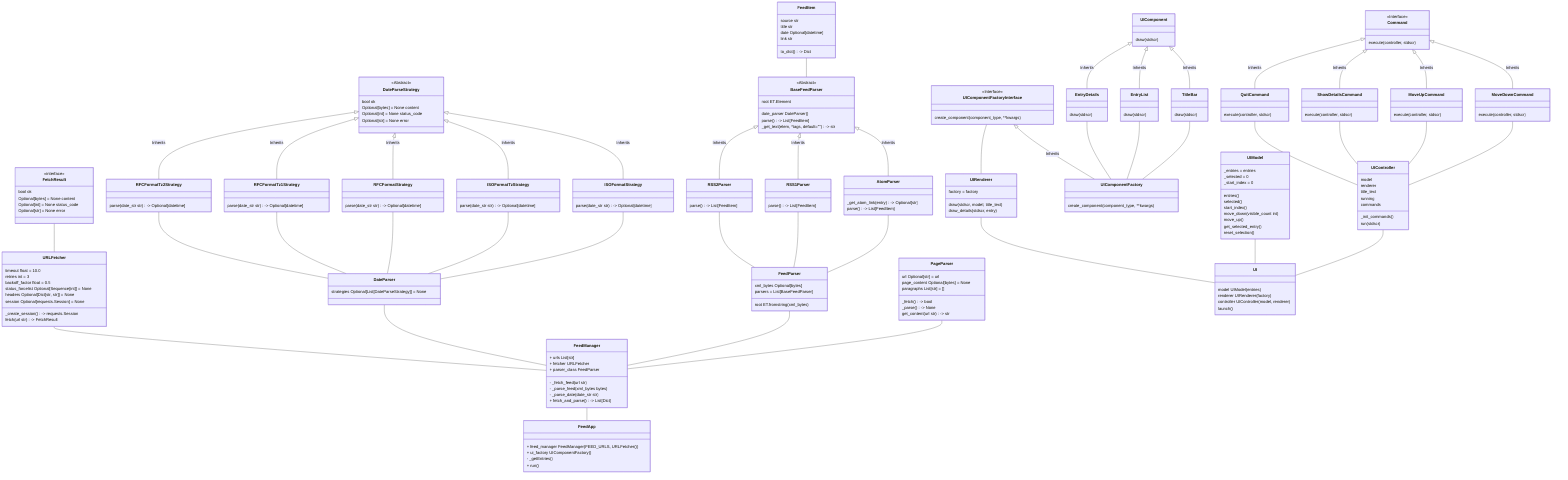
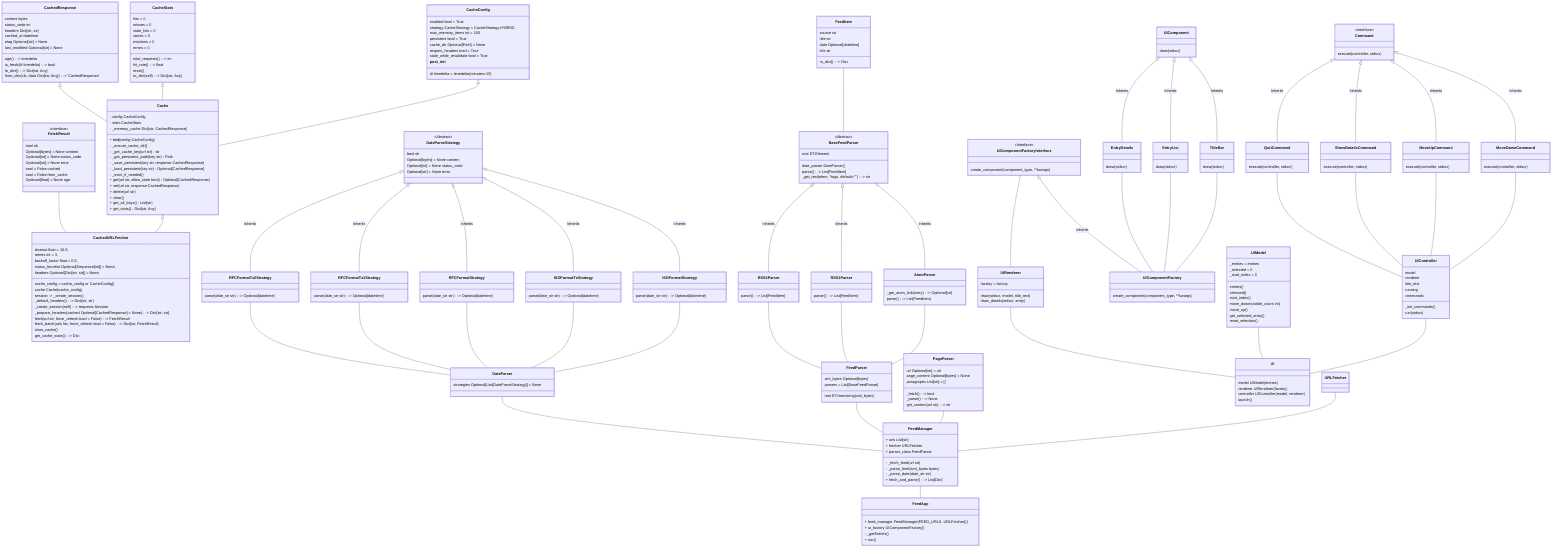
classDiagram
    direction TB
    %% src/app
    class FeedApp
        FeedApp: + feed_manager FeedManager(FEED_URLS, URLFetcher())
        FeedApp: + ui_factory UIComponentFactory()
        FeedApp: - _getEntries()
        FeedApp: + run()
    class FeedManager
        FeedManager: + urls List[str]
        FeedManager: + fetcher URLFetcher
        FeedManager: + parser_class FeedParser
        FeedManager: - _fetch_feed(url str)
        FeedManager: - _parse_feed(xml_bytes bytes)
        FeedManager: - _parse_date(date_str str)
        FeedManager: + fetch_and_parse() -> List[Dict]

    %% src/fetchers
    class FetchResult
        <<interface>> FetchResult
            FetchResult: bool ok
            FetchResult: Optional[bytes] = None content
            FetchResult: Optional[int] = None status_code
            FetchResult: Optional[str] = None error
-     class URLFetcher
-         URLFetcher: timeout float = 10.0
-         URLFetcher: retries int = 3
-         URLFetcher: backoff_factor float = 0.5
-         URLFetcher: status_forcelist Optional[Sequence[int]] = None
-         URLFetcher: headers Optional[Dict[str, str]] = None
-         URLFetcher: session Optional[requests.Session] = None
-         URLFetcher: _create_session() -> requests.Session
-         URLFetcher: fetch(url str) -> FetchResult
+             FetchResult: bool = False cached
+             FetchResult: bool = False from_cache
+             FetchResult: Optional[float] = None age
+     class CachedURLFetcher
+         CachedURLFetcher: timeout float = 10.0,
+         CachedURLFetcher: retries int = 3,
+         CachedURLFetcher: backoff_factor float = 0.5,
+         CachedURLFetcher: status_forcelist Optional[Sequence[int]] = None,
+         CachedURLFetcher: headers Optional[Dict[str, str]] = None,
+         CachedURLFetcher: cache_config = cache_config or CacheConfig()
+         CachedURLFetcher: cache Cache(cache_config)
+         CachedURLFetcher: session -> _create_session()
+         CachedURLFetcher: _default_headers() -> Dict[str, str]
+         CachedURLFetcher: _create_session(self) -> requests.Session
+         CachedURLFetcher: _prepare_headers(cached Optional[CachedResponse] = None) -> Dict[str, str]
+         CachedURLFetcher: fetch(url str, force_refresh bool = False) -> FetchResult
+         CachedURLFetcher: fetch_batch(urls list, force_refresh bool = False) -> Dict[str, FetchResult]
+         CachedURLFetcher: clear_cache()
+         CachedURLFetcher: get_cache_stats() -> Dict
+     class CachedResponse
+         CachedResponse: content bytes
+         CachedResponse: status_code int
+         CachedResponse: headers Dict[str, str]
+         CachedResponse: cached_at datetime
+         CachedResponse: etag Optional[str] = None
+         CachedResponse: last_modified Optional[str] = None
+         CachedResponse: age() -> timedelta
+         CachedResponse: is_fresh(ttl timedelta) -> bool
+         CachedResponse: to_dict() -> Dict[str, Any]
+         CachedResponse: from_dict(cls, data Dict[str, Any]) -> 'CachedResponse'
+     class CacheConfig
+         CacheConfig: enabled bool = True
+         CacheConfig: strategy CacheStrategy = CacheStrategy.HYBRID
+         CacheConfig: ttl timedelta = timedelta(minutes=15)
+         CacheConfig: max_memory_items int = 100
+         CacheConfig: persistent bool = True
+         CacheConfig: cache_dir Optional[Path] = None
+         CacheConfig: respect_headers bool = True
+         CacheConfig: stale_while_revalidate bool = True
+         CacheConfig: __post_init__
+     class CacheStats
+         CacheStats: hits = 0
+         CacheStats: misses = 0
+         CacheStats: stale_hits = 0
+         CacheStats: stores = 0
+         CacheStats: evictions = 0
+         CacheStats: errors = 0
+         CacheStats: total_requests() -> int
+         CacheStats: hit_rate() -> float
+         CacheStats: reset()
+         CacheStats: to_dict(self) -> Dict[str, Any]
+     class Cache
+         Cache: - config CacheConfig
+         Cache: - stats CacheStats
+         Cache: - _memory_cache Dict[str, CachedResponse]
+         Cache: + __init__(config CacheConfig)
+         Cache: - _ensure_cache_dir()
+         Cache: - _get_cache_key(url str) str
+         Cache: - _get_persistent_path(key str) Path
+         Cache: - _save_persistent(key str, response CachedResponse)
+         Cache: - _load_persistent(key str) Optional[CachedResponse]
+         Cache: - _evict_if_needed()
+         Cache: + get(url str, allow_stale bool) Optional[CachedResponse]
+         Cache: + set(url str, response CachedResponse)
+         Cache: + delete(url str)
+         Cache: + clear()
+         Cache: + get_all_keys() List[str]
+         Cache: + get_stats() Dict[str, Any]

    %% src/parsers
    class DateParseStrategy
        <<Abstract>> DateParseStrategy
            DateParseStrategy: bool ok
            DateParseStrategy: Optional[bytes] = None content
            DateParseStrategy: Optional[int] = None status_code
            DateParseStrategy: Optional[str] = None error
    class ISOFormatStrategy
        ISOFormatStrategy: parse(date_str str) -> Optional[datetime]
    class ISOFormatTzStrategy
        ISOFormatTzStrategy: parse(date_str str) -> Optional[datetime]
    class RFCFormatStrategy
        RFCFormatStrategy: parse(date_str str) -> Optional[datetime]
    class RFCFormatTz1Strategy
        RFCFormatTz1Strategy: parse(date_str str) -> Optional[datetime]
    class RFCFormatTz2Strategy
        RFCFormatTz2Strategy: parse(date_str str) -> Optional[datetime]
    class DateParser
        DateParser: strategies Optional[List[DateParseStrategy]] = None

    class FeedItem
        FeedItem: source str
        FeedItem: title str
        FeedItem: date Optional[datetime]
        FeedItem: link str
        FeedItem: to_dict() -> Dict

    class BaseFeedParser
        <<Abstract>> BaseFeedParser
            BaseFeedParser: root ET.Element
            BaseFeedParser: date_parser DateParser()
        BaseFeedParser: parse() -> List[FeedItem]
        BaseFeedParser: _get_text(elem, *tags, default="") -> str
    class AtomParser
        AtomParser: _get_atom_link(entry) -> Optional[str]
        AtomParser: parse() -> List[FeedItem]
    class RSS1Parser
        RSS1Parser: parse() -> List[FeedItem]
    class RSS2Parser
        RSS2Parser: parse() -> List[FeedItem]
    class FeedParser
        FeedParser: xml_bytes Optional[bytes]
        FeedParser: root ET.fromstring(xml_bytes)
        FeedParser: parsers = List[BaseFeedParser]

    class PageParser
        PageParser: url Optional[str] = url
        PageParser: page_content Optional[bytes] = None
        PageParser: paragraphs List[str] = []
        PageParser: _fetch() -> bool
        PageParser: _parse() -> None
        PageParser: get_content(url str) -> str

    class UI
        UI: model UIModel(entries)
        UI: renderer UIRenderer(factory)
        UI: controller UIController(model, renderer)
        UI: launch()

    class UIComponentFactoryInterface
        <<Interface>> UIComponentFactoryInterface
            UIComponentFactoryInterface: create_component(component_type, **kwargs)
    class UIComponentFactory
        UIComponentFactory: create_component(component_type, **kwargs)

    class UIComponent
        UIComponent: draw(stdscr)
    class TitleBar
        TitleBar: draw(stdscr)
    class EntryList
        EntryList: draw(stdscr)
    class EntryDetails
        EntryDetails: draw(stdscr)

    class UIController
        UIController: model
        UIController: renderer
        UIController: title_text
        UIController: running
        UIController: commands
        UIController: _init_commands()
        UIController: run(stdscr)

    class Command
        <<Interface>> Command
            Command: execute(controller, stdscr)
    class MoveDownCommand
        MoveDownCommand: execute(controller, stdscr)
    class MoveUpCommand
        MoveUpCommand: execute(controller, stdscr)
    class ShowDetailsCommand
        ShowDetailsCommand: execute(controller, stdscr)
    class QuitCommand
        QuitCommand: execute(controller, stdscr)

    class UIModel
        UIModel: _entries = entries
        UIModel: _selected = 0
        UIModel: _start_index = 0
        UIModel: entries()
        UIModel: selected()
        UIModel: start_index()
        UIModel: move_down(visible_count int)
        UIModel: move_up()
        UIModel: get_selected_entry()
        UIModel: reset_selection()

    class UIRenderer
        UIRenderer: factory = factory
        UIRenderer: draw(stdscr, model, title_text)
        UIRenderer: draw_details(stdscr, entry)

    %% #######
    %% FETCHERS
    %% #######

-     FetchResult -- URLFetcher
+     FetchResult -- CachedURLFetcher
+ 
+     CacheConfig <|-- Cache
+     CacheStats <|-- Cache
+     CachedResponse <|-- Cache
+     Cache <|-- CachedURLFetcher

    %% #######
    %% PARSERS
    %% #######

    DateParseStrategy <|-- ISOFormatStrategy : Inherits
    DateParseStrategy <|-- ISOFormatTzStrategy : Inherits
    DateParseStrategy <|-- RFCFormatStrategy : Inherits
    DateParseStrategy <|-- RFCFormatTz1Strategy : Inherits
    DateParseStrategy <|-- RFCFormatTz2Strategy : Inherits

    ISOFormatStrategy -- DateParser
    ISOFormatTzStrategy -- DateParser
    RFCFormatStrategy -- DateParser
    RFCFormatTz1Strategy -- DateParser
    RFCFormatTz2Strategy -- DateParser

    BaseFeedParser <|-- AtomParser : Inherits
    BaseFeedParser <|-- RSS1Parser : Inherits
    BaseFeedParser <|-- RSS2Parser : Inherits

    FeedItem -- BaseFeedParser

    AtomParser -- FeedParser
    RSS1Parser -- FeedParser
    RSS2Parser -- FeedParser

    %% #######
    %% TUI
    %% #######

    UIComponentFactoryInterface <|-- UIComponentFactory : Inherits
    UIComponentFactoryInterface -- UIRenderer

    UIComponent <|-- TitleBar : Inherits
    UIComponent <|-- EntryList : Inherits
    UIComponent <|-- EntryDetails : Inherits

    TitleBar -- UIComponentFactory
    EntryList -- UIComponentFactory
    EntryDetails -- UIComponentFactory

    Command <|-- MoveDownCommand : Inherits
    Command <|-- MoveUpCommand : Inherits
    Command <|-- ShowDetailsCommand : Inherits
    Command <|-- QuitCommand : Inherits

    MoveDownCommand -- UIController
    MoveUpCommand -- UIController
    ShowDetailsCommand -- UIController
    QuitCommand -- UIController

    UIModel -- UI
    UIRenderer -- UI
    UIController -- UI

    %% #######
    %% APP
    %% #######

    PageParser -- FeedManager
    FeedParser -- FeedManager
    DateParser -- FeedManager
    URLFetcher -- FeedManager

    FeedManager -- FeedApp